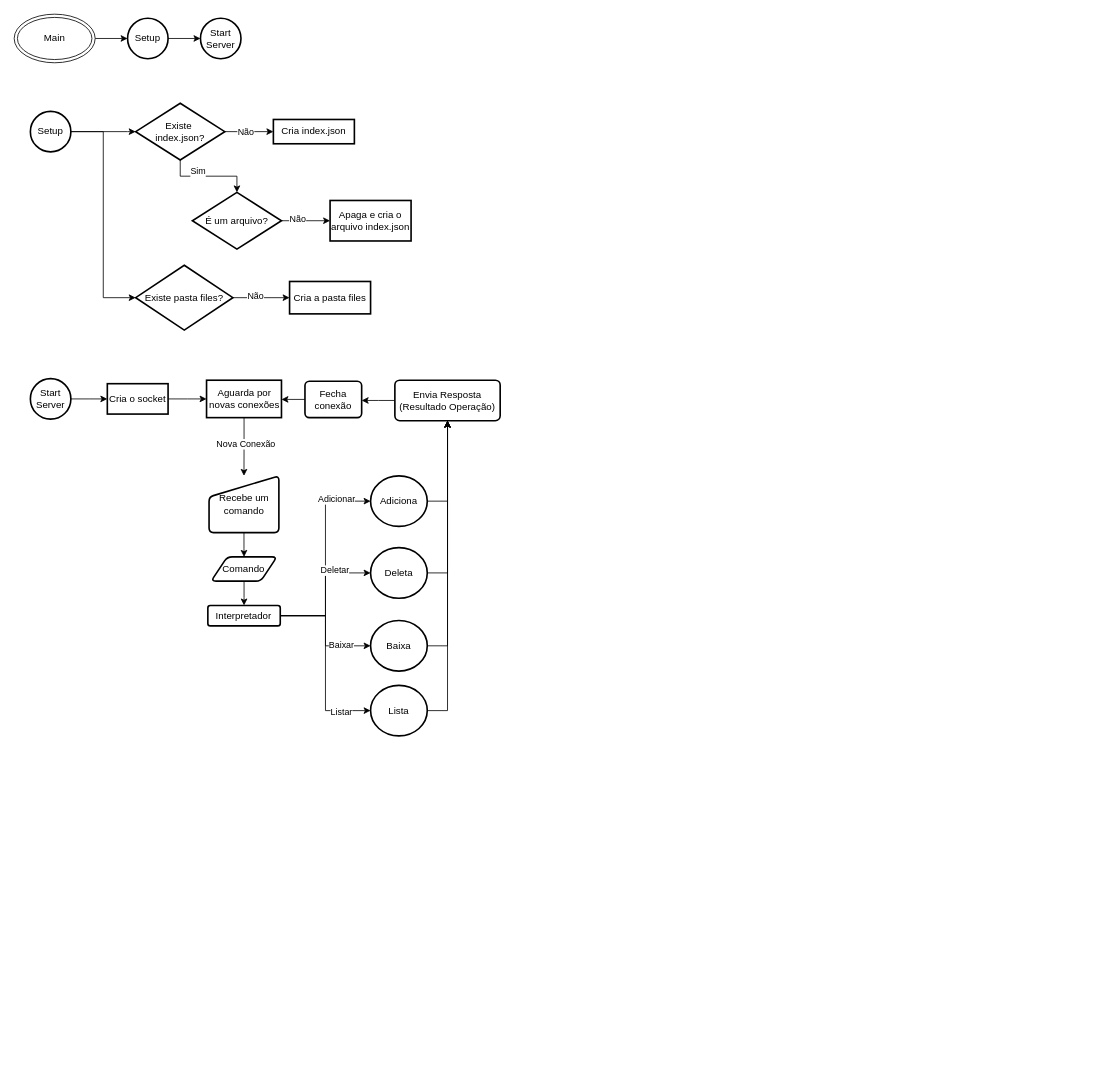
Above: docs/fluxograma.drawio in Sevenings/Sistema-Arquivos-Distribuido (draw.io), before the change. Source tidied: cells renumbered, new cells numbered last; positions are measured from the earlier drawing's top-left corner, leaving out a move shared by most shapes. Both pictures are drawn from the tidied source at 81%, with x=0, y=0 at pixel (14, 14).
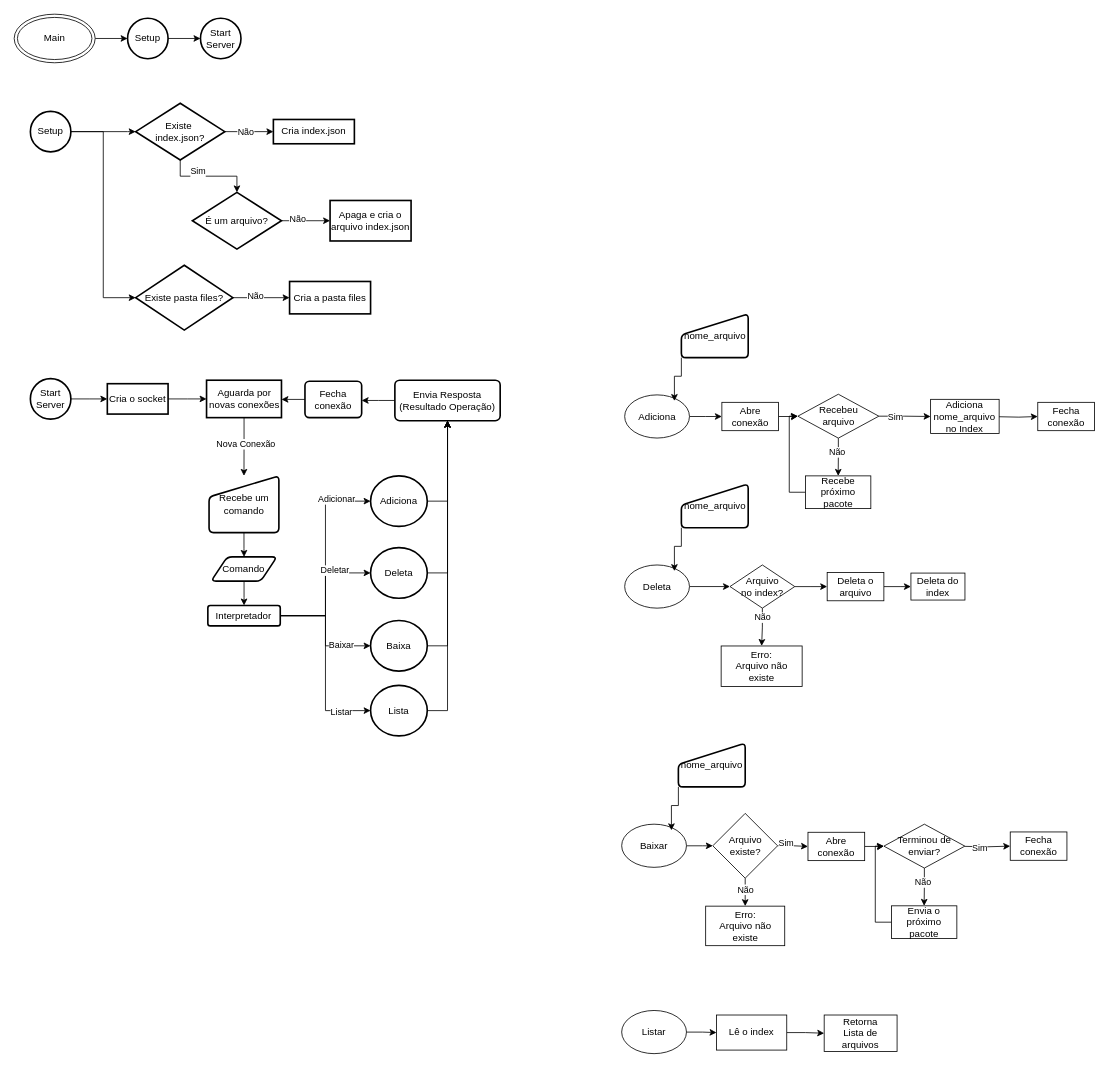
Above is the later version.

Commit message (it also covers changes not shown here):
feat: implementação da estrutura do server, interpretador, e objeto de index

The edit, as a diff of the source:
```diff
@@
+    <mxCell id="56" style="edgeStyle=orthogonalEdgeStyle;rounded=0;jettySize=auto;html=1;" parent="1" edge="1" source="57" target="61">
+      <mxGeometry relative="1" as="geometry" />
+    </mxCell>
+    <mxCell id="57" value="&lt;div&gt;Adiciona&lt;/div&gt;" style="ellipse;whiteSpace=wrap;html=1;" parent="1" vertex="1">
+      <mxGeometry x="753.7" y="470" width="80" height="53.3" as="geometry" />
+    </mxCell>
+    <mxCell id="58" value="nome_arquivo" style="html=1;strokeWidth=2;shape=manualInput;whiteSpace=wrap;rounded=1;size=26;arcSize=11;" parent="1" vertex="1">
+      <mxGeometry x="823.7" y="370" width="82.5" height="54" as="geometry" />
+    </mxCell>
+    <mxCell id="59" style="edgeStyle=orthogonalEdgeStyle;rounded=0;jettySize=auto;html=1;exitX=0;exitY=1;exitDx=0;exitDy=0;entryX=0.768;entryY=0.142;entryDx=0;entryDy=0;entryPerimeter=0;" parent="1" edge="1" source="58" target="57">
+      <mxGeometry relative="1" as="geometry" />
+    </mxCell>
+    <mxCell id="60" style="edgeStyle=orthogonalEdgeStyle;rounded=0;jettySize=auto;html=1;" parent="1" edge="1" source="61" target="66">
+      <mxGeometry relative="1" as="geometry" />
+    </mxCell>
+    <mxCell id="61" value="Abre conexão" style="whiteSpace=wrap;html=1;" parent="1" vertex="1">
+      <mxGeometry x="873.7" y="479.2" width="70" height="35" as="geometry" />
+    </mxCell>
+    <mxCell id="62" style="edgeStyle=orthogonalEdgeStyle;rounded=0;jettySize=auto;html=1;" parent="1" edge="1" source="66" target="68">
+      <mxGeometry relative="1" as="geometry" />
+    </mxCell>
+    <mxCell id="63" value="Não" style="edgeLabel;html=1;align=center;verticalAlign=middle;" parent="62" vertex="1">
+      <mxGeometry x="-0.29" y="-2" relative="1" as="geometry" />
+    </mxCell>
+    <mxCell id="64" style="edgeStyle=orthogonalEdgeStyle;rounded=0;jettySize=auto;html=1;" parent="1" edge="1" source="66" target="69">
+      <mxGeometry relative="1" as="geometry" />
+    </mxCell>
+    <mxCell id="65" value="Sim" style="edgeLabel;html=1;align=center;verticalAlign=middle;" parent="64" vertex="1">
+      <mxGeometry x="-0.37" y="-1" relative="1" as="geometry" />
+    </mxCell>
+    <mxCell id="66" value="Recebeu&lt;br&gt;&lt;div&gt;arquivo&lt;/div&gt;" style="rhombus;whiteSpace=wrap;html=1;" parent="1" vertex="1">
+      <mxGeometry x="967.5" y="469.2" width="100" height="54.2" as="geometry" />
+    </mxCell>
+    <mxCell id="67" style="edgeStyle=orthogonalEdgeStyle;rounded=0;jettySize=auto;html=1;exitX=0;exitY=0.5;exitDx=0;exitDy=0;entryX=0;entryY=0.5;entryDx=0;entryDy=0;" parent="1" edge="1" source="68" target="66">
+      <mxGeometry relative="1" as="geometry" />
+    </mxCell>
+    <mxCell id="68" value="Recebe próximo pacote" style="whiteSpace=wrap;html=1;" parent="1" vertex="1">
+      <mxGeometry x="976.9" y="570" width="80.7" height="40.4" as="geometry" />
+    </mxCell>
+    <mxCell id="69" value="Adiciona&lt;br&gt;nome_arquivo&lt;br&gt;no Index" style="whiteSpace=wrap;html=1;" parent="1" vertex="1">
+      <mxGeometry x="1131.4" y="475.5" width="84.6" height="42.3" as="geometry" />
+    </mxCell>
+    <mxCell id="70" style="edgeStyle=orthogonalEdgeStyle;rounded=0;jettySize=auto;html=1;" parent="1" edge="1" source="71" target="77">
+      <mxGeometry relative="1" as="geometry" />
+    </mxCell>
+    <mxCell id="71" value="Deleta" style="ellipse;whiteSpace=wrap;html=1;" parent="1" vertex="1">
+      <mxGeometry x="753.7" y="680" width="80" height="53.3" as="geometry" />
+    </mxCell>
+    <mxCell id="72" value="nome_arquivo" style="html=1;strokeWidth=2;shape=manualInput;whiteSpace=wrap;rounded=1;size=26;arcSize=11;" parent="1" vertex="1">
+      <mxGeometry x="823.7" y="580" width="82.5" height="54" as="geometry" />
+    </mxCell>
+    <mxCell id="73" style="edgeStyle=orthogonalEdgeStyle;rounded=0;jettySize=auto;html=1;exitX=0;exitY=1;exitDx=0;exitDy=0;entryX=0.768;entryY=0.142;entryDx=0;entryDy=0;entryPerimeter=0;" parent="1" edge="1" source="72" target="71">
+      <mxGeometry relative="1" as="geometry" />
+    </mxCell>
+    <mxCell id="74" style="edgeStyle=orthogonalEdgeStyle;rounded=0;jettySize=auto;html=1;" parent="1" edge="1" source="77" target="78">
+      <mxGeometry relative="1" as="geometry" />
+    </mxCell>
+    <mxCell id="75" value="Não" style="edgeLabel;html=1;align=center;verticalAlign=middle;" parent="74" vertex="1">
+      <mxGeometry x="-0.55" relative="1" as="geometry" />
+    </mxCell>
+    <mxCell id="76" style="edgeStyle=orthogonalEdgeStyle;rounded=0;jettySize=auto;html=1;" parent="1" edge="1" source="77" target="80">
+      <mxGeometry relative="1" as="geometry" />
+    </mxCell>
+    <mxCell id="77" value="Arquivo&lt;br&gt;no index?" style="rhombus;whiteSpace=wrap;html=1;" parent="1" vertex="1">
+      <mxGeometry x="883.7" y="680" width="80" height="53.3" as="geometry" />
+    </mxCell>
+    <mxCell id="78" value="Erro:&lt;br&gt;Arquivo não existe" style="whiteSpace=wrap;html=1;" parent="1" vertex="1">
+      <mxGeometry x="872.8" y="780" width="100" height="50" as="geometry" />
+    </mxCell>
+    <mxCell id="79" style="edgeStyle=orthogonalEdgeStyle;rounded=0;jettySize=auto;html=1;" parent="1" edge="1" source="80" target="81">
+      <mxGeometry relative="1" as="geometry" />
+    </mxCell>
+    <mxCell id="80" value="Deleta o arquivo" style="whiteSpace=wrap;html=1;" parent="1" vertex="1">
+      <mxGeometry x="1003.7" y="689.2" width="70" height="35" as="geometry" />
+    </mxCell>
+    <mxCell id="81" value="Deleta do index" style="whiteSpace=wrap;html=1;" parent="1" vertex="1">
+      <mxGeometry x="1107.1" y="690" width="66.7" height="33.3" as="geometry" />
+    </mxCell>
+    <mxCell id="82" style="edgeStyle=orthogonalEdgeStyle;rounded=0;jettySize=auto;html=1;" parent="1" edge="1" source="83" target="97">
+      <mxGeometry relative="1" as="geometry" />
+    </mxCell>
+    <mxCell id="83" value="Baixar" style="ellipse;whiteSpace=wrap;html=1;" parent="1" vertex="1">
+      <mxGeometry x="750" y="1000" width="80" height="53.3" as="geometry" />
+    </mxCell>
+    <mxCell id="84" value="nome_arquivo" style="html=1;strokeWidth=2;shape=manualInput;whiteSpace=wrap;rounded=1;size=26;arcSize=11;" parent="1" vertex="1">
+      <mxGeometry x="820" y="900" width="82.5" height="54" as="geometry" />
+    </mxCell>
+    <mxCell id="85" style="edgeStyle=orthogonalEdgeStyle;rounded=0;jettySize=auto;html=1;exitX=0;exitY=1;exitDx=0;exitDy=0;entryX=0.768;entryY=0.142;entryDx=0;entryDy=0;entryPerimeter=0;" parent="1" edge="1" source="84" target="83">
+      <mxGeometry relative="1" as="geometry" />
+    </mxCell>
+    <mxCell id="86" style="edgeStyle=orthogonalEdgeStyle;rounded=0;jettySize=auto;html=1;" parent="1" edge="1" source="87" target="90">
+      <mxGeometry relative="1" as="geometry" />
+    </mxCell>
+    <mxCell id="87" value="Abre conexão" style="whiteSpace=wrap;html=1;" parent="1" vertex="1">
+      <mxGeometry x="980" y="1010" width="70" height="35" as="geometry" />
+    </mxCell>
+    <mxCell id="88" style="edgeStyle=orthogonalEdgeStyle;rounded=0;jettySize=auto;html=1;" parent="1" edge="1" source="90" target="92">
+      <mxGeometry relative="1" as="geometry" />
+    </mxCell>
+    <mxCell id="89" value="Não" style="edgeLabel;html=1;align=center;verticalAlign=middle;" parent="88" vertex="1">
+      <mxGeometry x="-0.29" y="-2" relative="1" as="geometry" />
+    </mxCell>
+    <mxCell id="90" value="Terminou de enviar?" style="rhombus;whiteSpace=wrap;html=1;" parent="1" vertex="1">
+      <mxGeometry x="1073.7" y="1000" width="100" height="54.2" as="geometry" />
+    </mxCell>
+    <mxCell id="91" style="edgeStyle=orthogonalEdgeStyle;rounded=0;jettySize=auto;html=1;exitX=0;exitY=0.5;exitDx=0;exitDy=0;entryX=0;entryY=0.5;entryDx=0;entryDy=0;" parent="1" edge="1" source="92" target="90">
+      <mxGeometry relative="1" as="geometry" />
+    </mxCell>
+    <mxCell id="92" value="Envia o próximo pacote" style="whiteSpace=wrap;html=1;" parent="1" vertex="1">
+      <mxGeometry x="1083.1" y="1100.8" width="80.7" height="40.4" as="geometry" />
+    </mxCell>
+    <mxCell id="93" style="edgeStyle=orthogonalEdgeStyle;rounded=0;jettySize=auto;html=1;" parent="1" edge="1" source="97" target="98">
+      <mxGeometry relative="1" as="geometry" />
+    </mxCell>
+    <mxCell id="94" value="Não" style="edgeLabel;html=1;align=center;verticalAlign=middle;" parent="93" vertex="1">
+      <mxGeometry x="-0.4" relative="1" as="geometry" />
+    </mxCell>
+    <mxCell id="95" style="edgeStyle=orthogonalEdgeStyle;rounded=0;jettySize=auto;html=1;" parent="1" edge="1" source="97" target="87">
+      <mxGeometry relative="1" as="geometry" />
+    </mxCell>
+    <mxCell id="96" value="Sim" style="edgeLabel;html=1;align=center;verticalAlign=middle;" parent="95" vertex="1">
+      <mxGeometry x="-0.48" y="3" relative="1" as="geometry" />
+    </mxCell>
+    <mxCell id="97" value="Arquivo existe?" style="rhombus;whiteSpace=wrap;html=1;" parent="1" vertex="1">
+      <mxGeometry x="862.5" y="986.7" width="80" height="80" as="geometry" />
+    </mxCell>
+    <mxCell id="98" value="Erro:&lt;br&gt;Arquivo não existe" style="whiteSpace=wrap;html=1;" parent="1" vertex="1">
+      <mxGeometry x="853.7" y="1101.2" width="97.6" height="48.8" as="geometry" />
+    </mxCell>
+    <mxCell id="99" style="edgeStyle=orthogonalEdgeStyle;rounded=0;jettySize=auto;html=1;" parent="1" edge="1" source="100" target="108">
+      <mxGeometry relative="1" as="geometry" />
+    </mxCell>
+    <mxCell id="100" value="Listar" style="ellipse;whiteSpace=wrap;html=1;" parent="1" vertex="1">
+      <mxGeometry x="750" y="1230" width="80" height="53.3" as="geometry" />
+    </mxCell>
+    <mxCell id="101" style="edgeStyle=orthogonalEdgeStyle;rounded=0;jettySize=auto;html=1;" parent="1" edge="1" target="103">
+      <mxGeometry relative="1" as="geometry">
+        <mxPoint x="1173.7" y="1027.4" as="sourcePoint" />
+      </mxGeometry>
+    </mxCell>
+    <mxCell id="102" value="Sim" style="edgeLabel;html=1;align=center;verticalAlign=middle;" parent="101" vertex="1">
+      <mxGeometry x="-0.35" y="-1" relative="1" as="geometry" />
+    </mxCell>
+    <mxCell id="103" value="Fecha&lt;br&gt;conexão" style="whiteSpace=wrap;html=1;" parent="1" vertex="1">
+      <mxGeometry x="1229.7" y="1009.6" width="70" height="35" as="geometry" />
+    </mxCell>
+    <mxCell id="104" style="edgeStyle=orthogonalEdgeStyle;rounded=0;jettySize=auto;html=1;" parent="1" edge="1" target="105">
+      <mxGeometry relative="1" as="geometry">
+        <mxPoint x="1216" y="497" as="sourcePoint" />
+      </mxGeometry>
+    </mxCell>
+    <mxCell id="105" value="Fecha&lt;br&gt;conexão" style="whiteSpace=wrap;html=1;" parent="1" vertex="1">
+      <mxGeometry x="1263.7" y="479.2" width="70" height="35" as="geometry" />
+    </mxCell>
+    <mxCell id="106" value="&lt;div&gt;Retorna&lt;/div&gt;&lt;div&gt;Lista de arquivos&lt;/div&gt;" style="whiteSpace=wrap;html=1;" parent="1" vertex="1">
+      <mxGeometry x="1000" y="1235.6" width="90" height="45" as="geometry" />
+    </mxCell>
+    <mxCell id="107" style="edgeStyle=orthogonalEdgeStyle;rounded=0;jettySize=auto;html=1;" parent="1" edge="1" source="108" target="106">
+      <mxGeometry relative="1" as="geometry" />
+    </mxCell>
+    <mxCell id="108" value="Lê o index" style="whiteSpace=wrap;html=1;" parent="1" vertex="1">
+      <mxGeometry x="867.1" y="1235.6" width="86.7" height="43.3" as="geometry" />
+    </mxCell>
```
